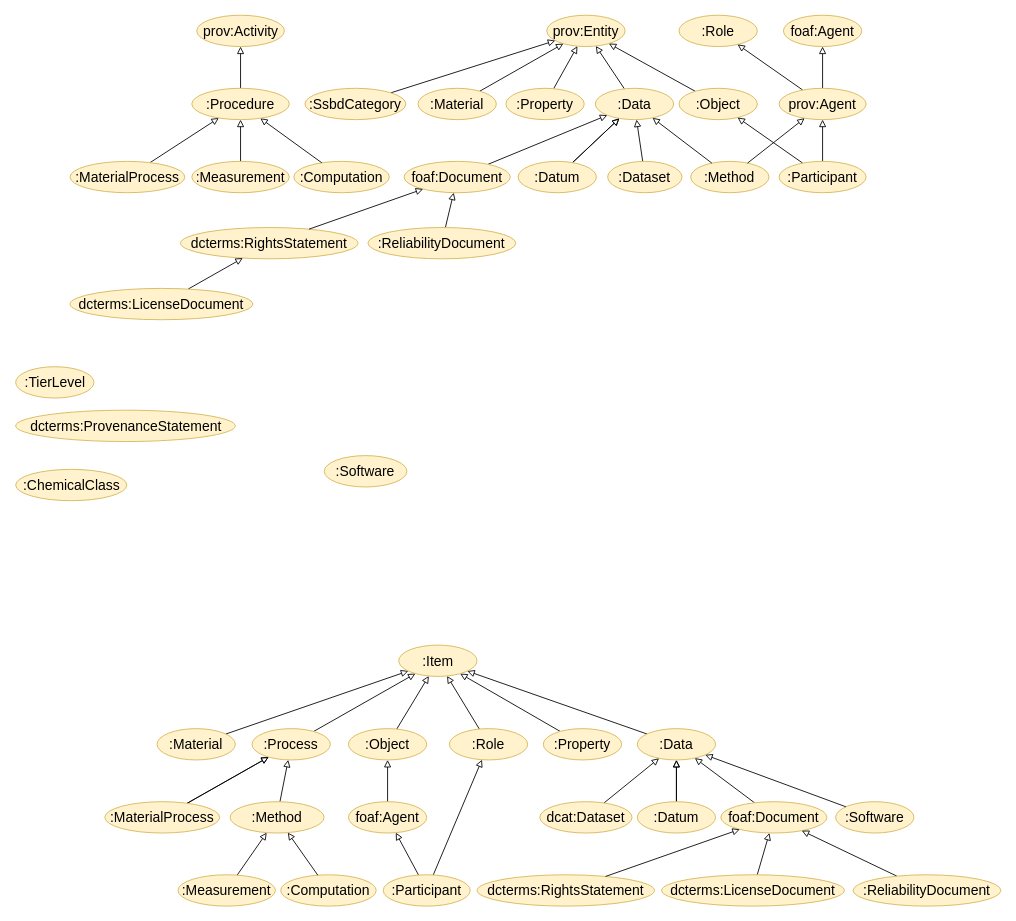
The draw.io diagram page "taxonomy" (1 of 4) of docs/figs/figures.drawio in PINK-project/PINK-annotation-schema, before the edit. Source tidied: cells renumbered, new cells numbered last; positions are measured from the earlier drawing's top-left corner, leaving out a move shared by most shapes. Both pictures are drawn from the tidied source at 87%, with x=0, y=0 at pixel (16, 15).
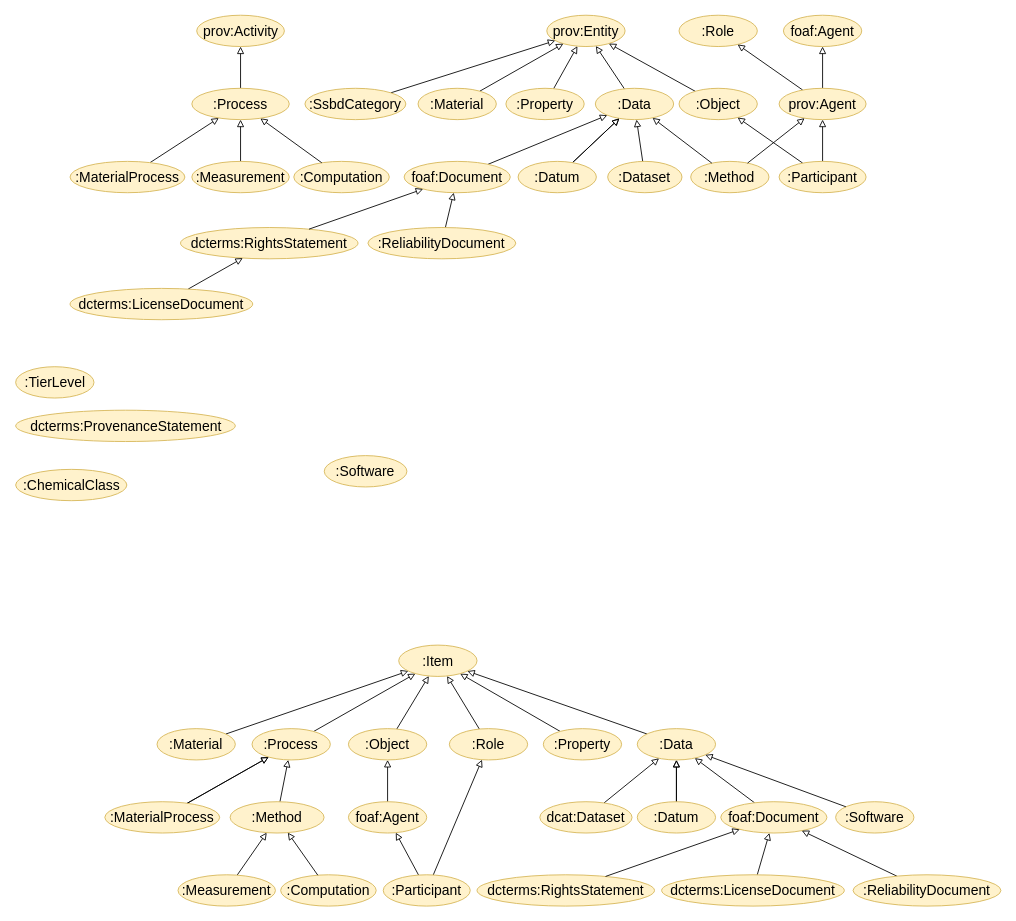
The same page after the edit.

Commit message (it also covers changes not shown here):
Change procedure to process in taxonomy figure.

Diff of the diagram source:
```diff
@@
-    <mxCell id="89" value=":Procedure" style="ellipse;whiteSpace=wrap;html=1;fillColor=#fff2cc;strokeColor=#d6b656;fontSize=16;" parent="1" vertex="1">
+    <mxCell id="89" value=":Process" style="ellipse;whiteSpace=wrap;html=1;fillColor=#fff2cc;strokeColor=#d6b656;fontSize=16;" parent="1" vertex="1">
       <mxGeometry x="202" y="84" width="112" height="36" as="geometry" />
     </mxCell>
```
